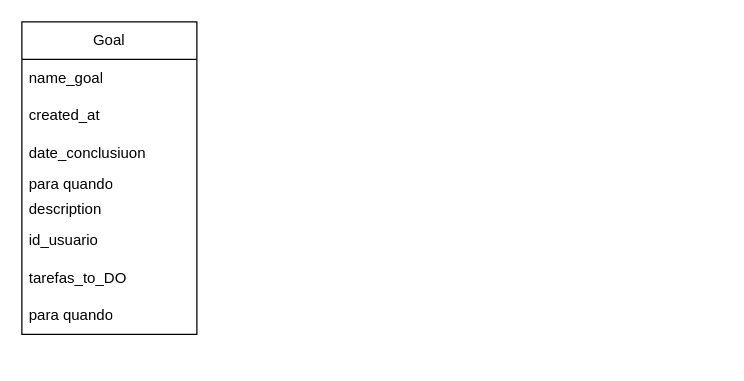
Earlier version of the draw.io diagram public/diagram.drawio (matheusz-nied/my-goals). Source tidied: cells renumbered, new cells numbered last; positions are measured from the earlier drawing's top-left corner, leaving out a move shared by most shapes. Both pictures are drawn from the tidied source at 125%, with x=0, y=0 at pixel (21, 21).
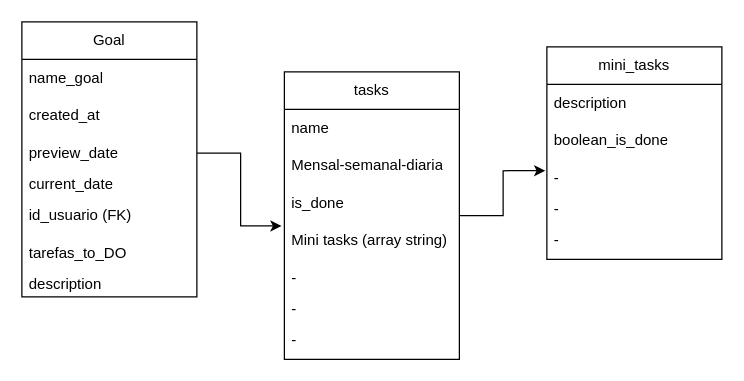
The same page after the edit.

Change to the diagram source:
```diff
@@
     <mxCell id="2" value="Goal" style="swimlane;fontStyle=0;horizontal=1;startSize=30;whiteSpace=wrap;html=1;" parent="1" vertex="1">
-      <mxGeometry width="140" height="250" as="geometry" />
+      <mxGeometry width="140" height="220" as="geometry" />
     </mxCell>
@@
-    <mxCell id="5" value="date_conclusiuon" style="text;strokeColor=none;fillColor=none;align=left;verticalAlign=middle;spacingLeft=4;spacingRight=4;overflow=hidden;points=[[0,0.5],[1,0.5]];portConstraint=eastwest;whiteSpace=wrap;html=1;" parent="2" vertex="1">
+    <mxCell id="5" value="preview_date" style="text;strokeColor=none;fillColor=none;align=left;verticalAlign=middle;spacingLeft=4;spacingRight=4;overflow=hidden;points=[[0,0.5],[1,0.5]];portConstraint=eastwest;whiteSpace=wrap;html=1;" parent="2" vertex="1">
       <mxGeometry y="90" width="140" height="30" as="geometry" />
     </mxCell>
-    <mxCell id="6" value="para quando&lt;br&gt;" style="text;strokeColor=none;fillColor=none;align=left;verticalAlign=middle;spacingLeft=4;spacingRight=4;overflow=hidden;whiteSpace=wrap;html=1;" parent="2" vertex="1">
+    <mxCell id="6" value="current_date" style="text;strokeColor=none;fillColor=none;align=left;verticalAlign=middle;spacingLeft=4;spacingRight=4;overflow=hidden;whiteSpace=wrap;html=1;" parent="2" vertex="1">
       <mxGeometry y="120" width="140" height="20" as="geometry" />
     </mxCell>
-    <mxCell id="7" value="description" style="text;strokeColor=none;fillColor=none;align=left;verticalAlign=middle;spacingLeft=4;spacingRight=4;overflow=hidden;whiteSpace=wrap;html=1;" parent="2" vertex="1">
-      <mxGeometry y="140" width="140" height="20" as="geometry" />
-    </mxCell>
-    <mxCell id="8" value="id_usuario" style="text;strokeColor=none;fillColor=none;align=left;verticalAlign=middle;spacingLeft=4;spacingRight=4;overflow=hidden;whiteSpace=wrap;html=1;" parent="2" vertex="1">
-      <mxGeometry y="160" width="140" height="30" as="geometry" />
+    <mxCell id="8" value="id_usuario (FK)" style="text;strokeColor=none;fillColor=none;align=left;verticalAlign=middle;spacingLeft=4;spacingRight=4;overflow=hidden;whiteSpace=wrap;html=1;" parent="2" vertex="1">
+      <mxGeometry y="140" width="140" height="30" as="geometry" />
     </mxCell>
     <mxCell id="9" value="tarefas_to_DO" style="text;strokeColor=none;fillColor=none;align=left;verticalAlign=middle;spacingLeft=4;spacingRight=4;overflow=hidden;whiteSpace=wrap;html=1;" parent="2" vertex="1">
-      <mxGeometry y="190" width="140" height="30" as="geometry" />
+      <mxGeometry y="170" width="140" height="30" as="geometry" />
     </mxCell>
-    <mxCell id="10" value="para quando&lt;br&gt;" style="text;strokeColor=none;fillColor=none;align=left;verticalAlign=middle;spacingLeft=4;spacingRight=4;overflow=hidden;whiteSpace=wrap;html=1;" parent="2" vertex="1">
-      <mxGeometry y="220" width="140" height="30" as="geometry" />
-    </mxCell>
+    <mxCell id="7" value="description" style="text;strokeColor=none;fillColor=none;align=left;verticalAlign=middle;spacingLeft=4;spacingRight=4;overflow=hidden;whiteSpace=wrap;html=1;" parent="2" vertex="1">
+      <mxGeometry y="200" width="140" height="20" as="geometry" />
+    </mxCell>
+    <mxCell id="11" value="tasks" style="swimlane;fontStyle=0;horizontal=1;startSize=30;whiteSpace=wrap;html=1;" parent="1" vertex="1">
+      <mxGeometry x="210" y="40" width="140" height="230" as="geometry" />
+    </mxCell>
+    <mxCell id="12" value="name" style="text;strokeColor=none;fillColor=none;align=left;verticalAlign=middle;spacingLeft=4;spacingRight=4;overflow=hidden;whiteSpace=wrap;html=1;" parent="11" vertex="1">
+      <mxGeometry y="30" width="140" height="30" as="geometry" />
+    </mxCell>
+    <mxCell id="13" value="Mensal-semanal-diaria" style="text;strokeColor=none;fillColor=none;align=left;verticalAlign=middle;spacingLeft=4;spacingRight=4;overflow=hidden;whiteSpace=wrap;html=1;" parent="11" vertex="1">
+      <mxGeometry y="60" width="140" height="30" as="geometry" />
+    </mxCell>
+    <mxCell id="14" value="is_done" style="text;strokeColor=none;fillColor=none;align=left;verticalAlign=middle;spacingLeft=4;spacingRight=4;overflow=hidden;whiteSpace=wrap;html=1;" parent="11" vertex="1">
+      <mxGeometry y="90" width="140" height="30" as="geometry" />
+    </mxCell>
+    <mxCell id="15" value="Mini tasks (array string)" style="text;strokeColor=none;fillColor=none;align=left;verticalAlign=middle;spacingLeft=4;spacingRight=4;overflow=hidden;points=[[0,0.5],[1,0.5]];portConstraint=eastwest;whiteSpace=wrap;html=1;" parent="11" vertex="1">
+      <mxGeometry y="120" width="140" height="30" as="geometry" />
+    </mxCell>
+    <mxCell id="16" value="-" style="text;strokeColor=none;fillColor=none;align=left;verticalAlign=middle;spacingLeft=4;spacingRight=4;overflow=hidden;whiteSpace=wrap;html=1;" parent="11" vertex="1">
+      <mxGeometry y="150" width="140" height="30" as="geometry" />
+    </mxCell>
+    <mxCell id="17" value="-" style="text;strokeColor=none;fillColor=none;align=left;verticalAlign=middle;spacingLeft=4;spacingRight=4;overflow=hidden;whiteSpace=wrap;html=1;" parent="11" vertex="1">
+      <mxGeometry y="180" width="140" height="20" as="geometry" />
+    </mxCell>
+    <mxCell id="18" value="-" style="text;strokeColor=none;fillColor=none;align=left;verticalAlign=middle;spacingLeft=4;spacingRight=4;overflow=hidden;whiteSpace=wrap;html=1;" parent="11" vertex="1">
+      <mxGeometry y="200" width="140" height="30" as="geometry" />
+    </mxCell>
+    <mxCell id="19" value="mini_tasks&lt;br&gt;" style="swimlane;fontStyle=0;horizontal=1;startSize=30;whiteSpace=wrap;html=1;" parent="1" vertex="1">
+      <mxGeometry x="420" y="20" width="140" height="170" as="geometry" />
+    </mxCell>
+    <mxCell id="20" value="description" style="text;strokeColor=none;fillColor=none;align=left;verticalAlign=middle;spacingLeft=4;spacingRight=4;overflow=hidden;whiteSpace=wrap;html=1;" parent="19" vertex="1">
+      <mxGeometry y="30" width="140" height="30" as="geometry" />
+    </mxCell>
+    <mxCell id="21" value="boolean_is_done" style="text;strokeColor=none;fillColor=none;align=left;verticalAlign=middle;spacingLeft=4;spacingRight=4;overflow=hidden;whiteSpace=wrap;html=1;" parent="19" vertex="1">
+      <mxGeometry y="60" width="140" height="30" as="geometry" />
+    </mxCell>
+    <mxCell id="22" value="-" style="text;strokeColor=none;fillColor=none;align=left;verticalAlign=middle;spacingLeft=4;spacingRight=4;overflow=hidden;points=[[0,0.5],[1,0.5]];portConstraint=eastwest;whiteSpace=wrap;html=1;" parent="19" vertex="1">
+      <mxGeometry y="90" width="140" height="30" as="geometry" />
+    </mxCell>
+    <mxCell id="23" value="-" style="text;strokeColor=none;fillColor=none;align=left;verticalAlign=middle;spacingLeft=4;spacingRight=4;overflow=hidden;whiteSpace=wrap;html=1;" parent="19" vertex="1">
+      <mxGeometry y="120" width="140" height="20" as="geometry" />
+    </mxCell>
+    <mxCell id="24" value="-" style="text;strokeColor=none;fillColor=none;align=left;verticalAlign=middle;spacingLeft=4;spacingRight=4;overflow=hidden;whiteSpace=wrap;html=1;" parent="19" vertex="1">
+      <mxGeometry y="140" width="140" height="30" as="geometry" />
+    </mxCell>
+    <mxCell id="25" style="edgeStyle=orthogonalEdgeStyle;rounded=0;jettySize=auto;html=1;entryX=-0.016;entryY=0.108;entryDx=0;entryDy=0;entryPerimeter=0;" parent="1" edge="1" source="5" target="15">
+      <mxGeometry relative="1" as="geometry" />
+    </mxCell>
+    <mxCell id="26" style="edgeStyle=orthogonalEdgeStyle;rounded=0;jettySize=auto;html=1;entryX=-0.009;entryY=0.303;entryDx=0;entryDy=0;entryPerimeter=0;" parent="1" edge="1" source="11" target="22">
+      <mxGeometry relative="1" as="geometry" />
+    </mxCell>
```
